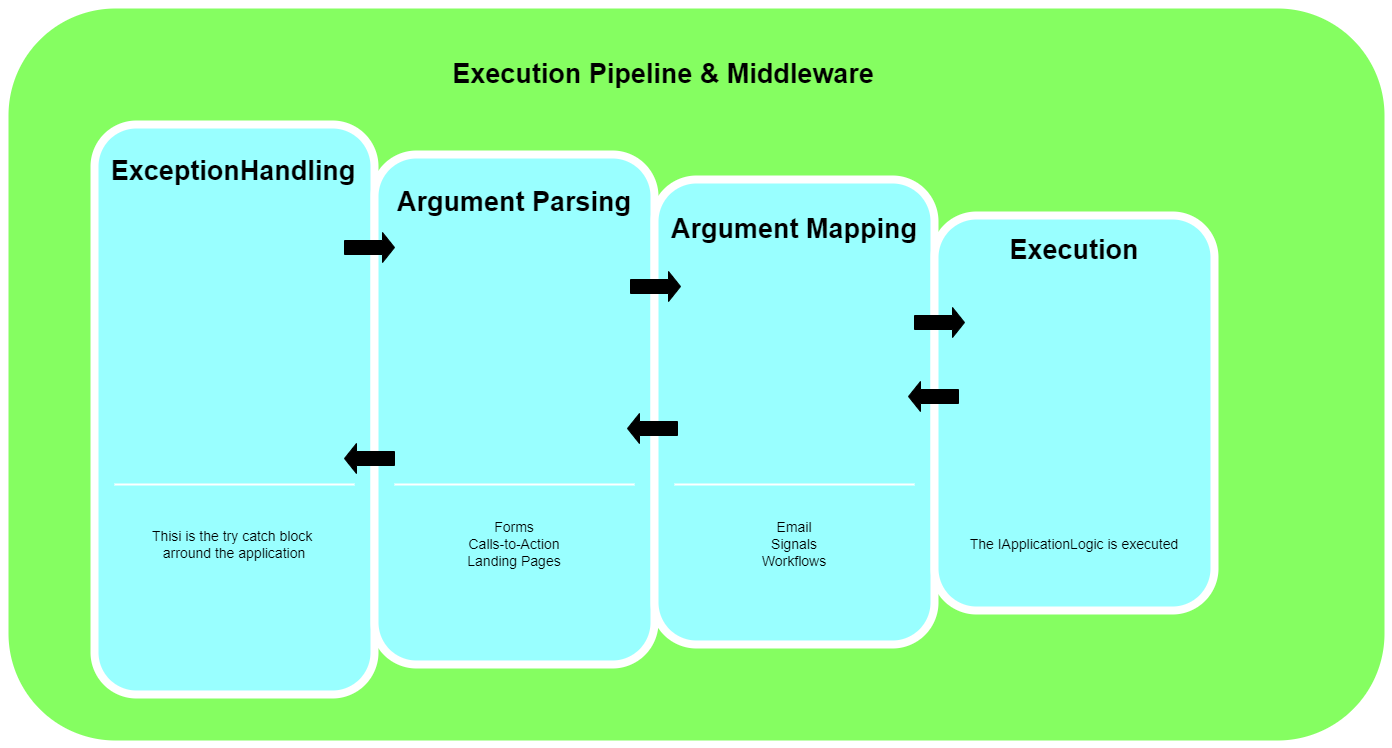
This is src/doc/ExecutionPipeline.drawio.png from bramerdaniel/ConsoLovers, a draw.io export, as it was before one commit. Source tidied: cells renumbered, new cells last; positions are measured from the earlier drawing's top-left corner, leaving out a move shared by most shapes.
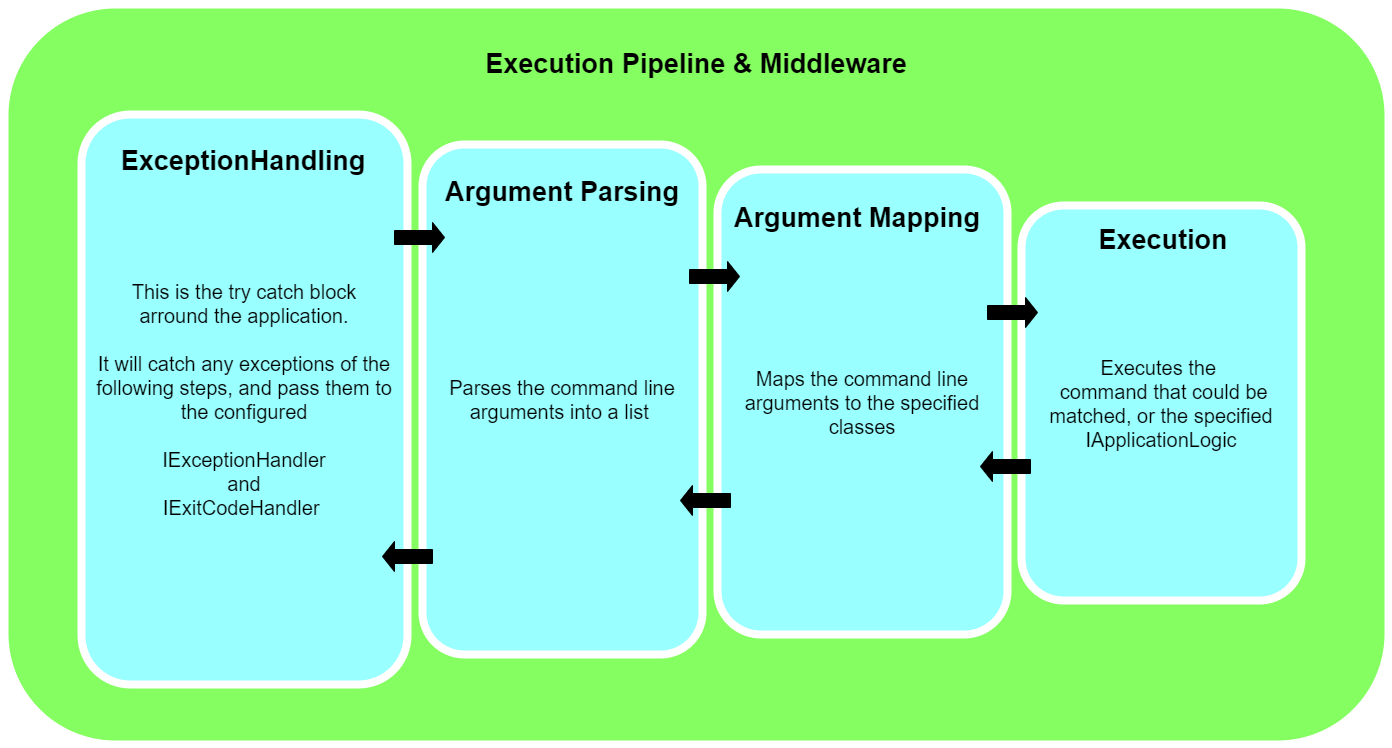
Later version of the same file.

Commit message:
updated execution pipeline diagram

What changed in the source:
```diff
@@ -3,73 +3,52 @@
     <mxCell id="0" />
     <mxCell id="1" parent="0" />
     <mxCell id="2" style="whiteSpace=wrap;html=1;rounded=1;shadow=0;strokeWidth=8;fontSize=20;align=center;fillColor=#85FE61;strokeColor=#FFFFFF;" parent="1" vertex="1">
-      <mxGeometry width="1384" height="740" as="geometry" />
+      <mxGeometry x="-33" y="10" width="1384" height="740" as="geometry" />
     </mxCell>
-    <mxCell id="3" style="whiteSpace=wrap;html=1;rounded=1;shadow=0;strokeWidth=8;fontSize=20;align=center;fillColor=#99FFFF;strokeColor=#FFFFFF;" parent="1" vertex="1">
-      <mxGeometry x="90" y="120" width="280" height="570" as="geometry" />
+    <mxCell id="3" value="This is the try catch block&lt;br&gt;arround the application.&lt;br&gt;&lt;br&gt;It will catch any exceptions of the following steps, and pass them to the configured&lt;br&gt;&lt;br&gt;IExceptionHandler&lt;br&gt;and&lt;br&gt;IExitCodeHandler&amp;nbsp;" style="whiteSpace=wrap;html=1;rounded=1;shadow=0;strokeWidth=8;fontSize=20;align=center;fillColor=#99FFFF;strokeColor=#FFFFFF;" parent="1" vertex="1">
+      <mxGeometry x="44" y="120" width="326" height="570" as="geometry" />
     </mxCell>
     <mxCell id="4" value="ExceptionHandling" style="text;html=1;strokeColor=none;fillColor=none;align=center;verticalAlign=middle;whiteSpace=wrap;rounded=0;shadow=0;fontSize=27;fontColor=#000000;fontStyle=1;" parent="1" vertex="1">
-      <mxGeometry x="89" y="137" width="280" height="60" as="geometry" />
+      <mxGeometry x="66" y="137" width="280" height="60" as="geometry" />
     </mxCell>
-    <mxCell id="5" value="Thisi is the try catch block &lt;br&gt;arround the application&lt;br&gt;" style="text;html=1;strokeColor=none;fillColor=none;align=center;verticalAlign=middle;whiteSpace=wrap;rounded=0;shadow=0;fontSize=14;fontColor=#000000;" parent="1" vertex="1">
-      <mxGeometry x="90" y="495" width="280" height="90" as="geometry" />
-    </mxCell>
-    <mxCell id="6" style="line;strokeWidth=2;html=1;rounded=0;shadow=0;fontSize=27;align=center;fillColor=none;strokeColor=#FFFFFF;" parent="1" vertex="1">
-      <mxGeometry x="110" y="475" width="240" height="10" as="geometry" />
-    </mxCell>
-    <mxCell id="7" style="whiteSpace=wrap;html=1;rounded=1;shadow=0;strokeWidth=8;fontSize=20;align=center;fillColor=#99FFFF;strokeColor=#FFFFFF;" parent="1" vertex="1">
-      <mxGeometry x="370" y="150" width="280" height="510" as="geometry" />
+    <mxCell id="7" value="Parses the command line arguments into a list&amp;nbsp;" style="whiteSpace=wrap;html=1;rounded=1;shadow=0;strokeWidth=8;fontSize=20;align=center;fillColor=#99FFFF;strokeColor=#FFFFFF;" parent="1" vertex="1">
+      <mxGeometry x="385" y="150" width="280" height="510" as="geometry" />
     </mxCell>
     <mxCell id="8" value="Argument Parsing" style="text;html=1;strokeColor=none;fillColor=none;align=center;verticalAlign=middle;whiteSpace=wrap;rounded=0;shadow=0;fontSize=27;fontColor=#000000;fontStyle=1;" parent="1" vertex="1">
-      <mxGeometry x="370" y="168" width="280" height="60" as="geometry" />
+      <mxGeometry x="385" y="168" width="280" height="60" as="geometry" />
     </mxCell>
-    <mxCell id="9" value="Forms&lt;div&gt;Calls-to-Action&lt;/div&gt;&lt;div&gt;Landing Pages&lt;/div&gt;" style="text;html=1;strokeColor=none;fillColor=none;align=center;verticalAlign=middle;whiteSpace=wrap;rounded=0;shadow=0;fontSize=14;fontColor=#000000;" parent="1" vertex="1">
-      <mxGeometry x="370" y="495" width="280" height="90" as="geometry" />
-    </mxCell>
-    <mxCell id="10" style="line;strokeWidth=2;html=1;rounded=0;shadow=0;fontSize=27;align=center;fillColor=none;strokeColor=#FFFFFF;" parent="1" vertex="1">
-      <mxGeometry x="390" y="475" width="240" height="10" as="geometry" />
-    </mxCell>
-    <mxCell id="11" style="whiteSpace=wrap;html=1;rounded=1;shadow=0;strokeWidth=8;fontSize=20;align=center;fillColor=#99FFFF;strokeColor=#FFFFFF;" parent="1" vertex="1">
-      <mxGeometry x="650" y="175" width="280" height="465" as="geometry" />
+    <mxCell id="11" value="Maps the command line arguments to the specified classes" style="whiteSpace=wrap;html=1;rounded=1;shadow=0;strokeWidth=8;fontSize=20;align=center;fillColor=#99FFFF;strokeColor=#FFFFFF;" parent="1" vertex="1">
+      <mxGeometry x="680" y="175" width="290" height="465" as="geometry" />
     </mxCell>
     <mxCell id="12" value="Argument Mapping" style="text;html=1;strokeColor=none;fillColor=none;align=center;verticalAlign=middle;whiteSpace=wrap;rounded=0;shadow=0;fontSize=27;fontColor=#000000;fontStyle=1;" parent="1" vertex="1">
-      <mxGeometry x="650" y="195" width="280" height="60" as="geometry" />
+      <mxGeometry x="680" y="194" width="280" height="60" as="geometry" />
     </mxCell>
-    <mxCell id="13" value="Email&lt;div&gt;Signals&lt;/div&gt;&lt;div&gt;Workflows&lt;/div&gt;" style="text;html=1;strokeColor=none;fillColor=none;align=center;verticalAlign=middle;whiteSpace=wrap;rounded=0;shadow=0;fontSize=14;fontColor=#000000;" parent="1" vertex="1">
-      <mxGeometry x="650" y="495" width="280" height="90" as="geometry" />
-    </mxCell>
-    <mxCell id="14" style="line;strokeWidth=2;html=1;rounded=0;shadow=0;fontSize=27;align=center;fillColor=none;strokeColor=#FFFFFF;" parent="1" vertex="1">
-      <mxGeometry x="670" y="475" width="240" height="10" as="geometry" />
-    </mxCell>
-    <mxCell id="15" style="whiteSpace=wrap;html=1;rounded=1;shadow=0;strokeWidth=8;fontSize=20;align=center;fillColor=#99FFFF;strokeColor=#FFFFFF;" parent="1" vertex="1">
-      <mxGeometry x="930" y="211" width="280" height="395" as="geometry" />
+    <mxCell id="15" value="Executes the &lt;br&gt;&amp;nbsp;command that could be matched, or the specified IApplicationLogic" style="whiteSpace=wrap;html=1;rounded=1;shadow=0;strokeWidth=8;fontSize=20;align=center;fillColor=#99FFFF;strokeColor=#FFFFFF;" parent="1" vertex="1">
+      <mxGeometry x="984" y="211" width="280" height="395" as="geometry" />
     </mxCell>
     <mxCell id="16" value="Execution" style="text;html=1;strokeColor=none;fillColor=none;align=center;verticalAlign=middle;whiteSpace=wrap;rounded=0;shadow=0;fontSize=27;fontColor=#000000;fontStyle=1;" parent="1" vertex="1">
-      <mxGeometry x="930" y="216" width="280" height="60" as="geometry" />
+      <mxGeometry x="986" y="216" width="280" height="60" as="geometry" />
     </mxCell>
-    <mxCell id="17" value="The IApplicationLogic is executed" style="text;html=1;strokeColor=none;fillColor=none;align=center;verticalAlign=middle;whiteSpace=wrap;rounded=0;shadow=0;fontSize=14;fontColor=#000000;" parent="1" vertex="1">
-      <mxGeometry x="930" y="495" width="280" height="90" as="geometry" />
-    </mxCell>
     <mxCell id="18" value="Execution Pipeline &amp;amp; Middleware" style="text;html=1;strokeColor=none;fillColor=none;align=center;verticalAlign=middle;whiteSpace=wrap;rounded=0;shadow=0;fontSize=27;fontColor=#000000;fontStyle=1;" parent="1" vertex="1">
       <mxGeometry x="54" y="40" width="1210" height="60" as="geometry" />
     </mxCell>
     <mxCell id="19" style="shape=singleArrow;whiteSpace=wrap;html=1;rounded=0;shadow=0;fontFamily=Helvetica;fontSize=27;fontColor=#000000;fillColor=#000000;gradientColor=none;arrowWidth=0.4666666666666667;arrowSize=0.24;" parent="1" vertex="1">
-      <mxGeometry x="340" y="228" width="50" height="30" as="geometry" />
+      <mxGeometry x="357" y="228" width="50" height="30" as="geometry" />
     </mxCell>
     <mxCell id="20" style="shape=singleArrow;whiteSpace=wrap;html=1;rounded=0;shadow=0;fontFamily=Helvetica;fontSize=27;fontColor=#000000;fillColor=#000000;gradientColor=none;arrowWidth=0.4666666666666667;arrowSize=0.24;" parent="1" vertex="1">
-      <mxGeometry x="626" y="267" width="50" height="30" as="geometry" />
+      <mxGeometry x="652" y="267" width="50" height="30" as="geometry" />
     </mxCell>
     <mxCell id="21" style="shape=singleArrow;whiteSpace=wrap;html=1;rounded=0;shadow=0;fontFamily=Helvetica;fontSize=27;fontColor=#000000;fillColor=#000000;gradientColor=none;arrowWidth=0.4666666666666667;arrowSize=0.24;" parent="1" vertex="1">
-      <mxGeometry x="910" y="303" width="50" height="30" as="geometry" />
+      <mxGeometry x="950" y="303" width="50" height="30" as="geometry" />
     </mxCell>
     <mxCell id="22" style="shape=singleArrow;whiteSpace=wrap;html=1;rounded=0;shadow=0;fontFamily=Helvetica;fontSize=27;fontColor=#000000;fillColor=#000000;gradientColor=none;arrowWidth=0.4666666666666667;arrowSize=0.24;rotation=-180;" parent="1" vertex="1">
-      <mxGeometry x="904" y="377" width="50" height="30" as="geometry" />
+      <mxGeometry x="943" y="457" width="50" height="30" as="geometry" />
     </mxCell>
     <mxCell id="23" style="shape=singleArrow;whiteSpace=wrap;html=1;rounded=0;shadow=0;fontFamily=Helvetica;fontSize=27;fontColor=#000000;fillColor=#000000;gradientColor=none;arrowWidth=0.4666666666666667;arrowSize=0.24;rotation=-180;" parent="1" vertex="1">
-      <mxGeometry x="623" y="409" width="50" height="30" as="geometry" />
+      <mxGeometry x="643" y="491" width="50" height="30" as="geometry" />
     </mxCell>
     <mxCell id="24" style="shape=singleArrow;whiteSpace=wrap;html=1;rounded=0;shadow=0;fontFamily=Helvetica;fontSize=27;fontColor=#000000;fillColor=#000000;gradientColor=none;arrowWidth=0.4666666666666667;arrowSize=0.24;rotation=-180;" parent="1" vertex="1">
-      <mxGeometry x="340" y="439" width="50" height="30" as="geometry" />
+      <mxGeometry x="345" y="547" width="50" height="30" as="geometry" />
     </mxCell>
   </root>
 </mxGraphModel>
```
